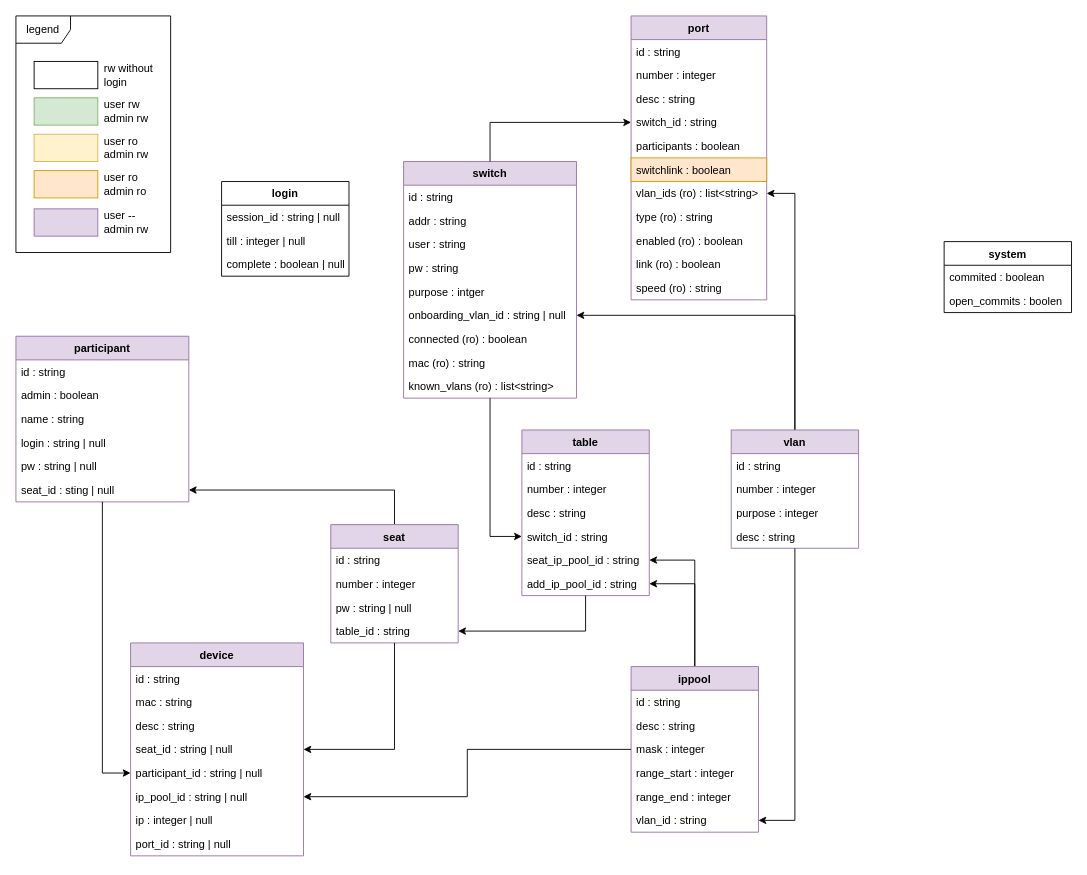
Earlier version of the draw.io diagram docs/api.drawio (nils-ost/LanPartyOnboardingSystem). Source tidied: cells renumbered, new cells numbered last; positions are measured from the earlier drawing's top-left corner, leaving out a move shared by most shapes. Both pictures are drawn from the tidied source at 91%, with x=0, y=0 at pixel (15, 15).
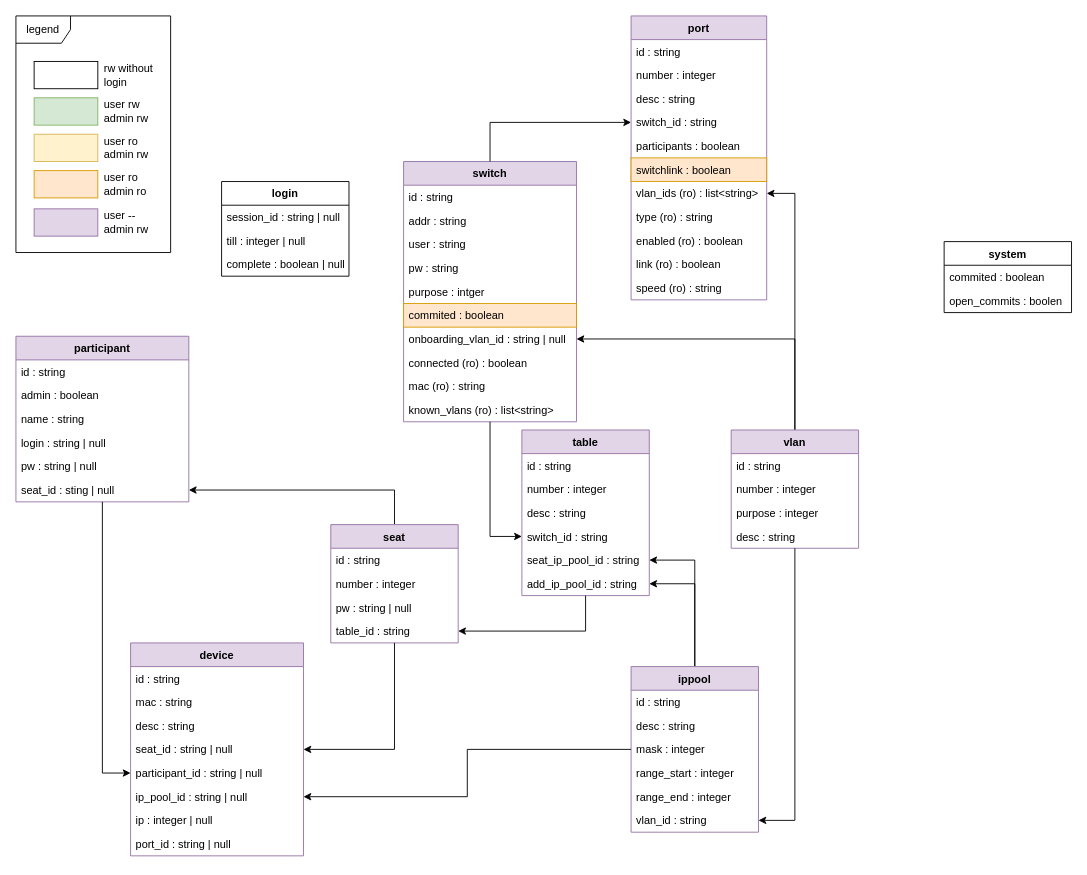
After the change.

Commit message (it also covers changes not shown here):
backend system enpoint now delivers true data for commited and open_commits

The edit, as a diff of the source:
```diff
@@
     <mxCell id="30" value="switch" style="swimlane;fontStyle=1;horizontal=1;startSize=26;fillColor=#e1d5e7;strokeColor=#9673a6;" parent="1" vertex="1">
-      <mxGeometry x="426" y="160" width="190" height="260" as="geometry" />
+      <mxGeometry x="426" y="160" width="190" height="286" as="geometry" />
     </mxCell>
@@
+    <mxCell id="90" value="commited : boolean" style="text;strokeColor=#d79b00;fillColor=#ffe6cc;align=left;verticalAlign=top;spacingLeft=4;spacingRight=4;overflow=hidden;" parent="30" vertex="1">
+      <mxGeometry y="156" width="190" height="26" as="geometry" />
+    </mxCell>
     <mxCell id="36" value="onboarding_vlan_id : string | null" style="text;strokeColor=none;fillColor=none;align=left;verticalAlign=top;spacingLeft=4;spacingRight=4;overflow=hidden;points=[[0,0.5],[1,0.5]];portConstraint=eastwest;" parent="30" vertex="1">
-      <mxGeometry y="156" width="190" height="26" as="geometry" />
+      <mxGeometry y="182" width="190" height="26" as="geometry" />
     </mxCell>
     <mxCell id="37" value="connected (ro) : boolean" style="text;strokeColor=none;fillColor=none;align=left;verticalAlign=top;spacingLeft=4;spacingRight=4;overflow=hidden;" parent="30" vertex="1">
-      <mxGeometry y="182" width="190" height="26" as="geometry" />
+      <mxGeometry y="208" width="190" height="26" as="geometry" />
     </mxCell>
     <mxCell id="38" value="mac (ro) : string" style="text;strokeColor=none;fillColor=none;align=left;verticalAlign=top;spacingLeft=4;spacingRight=4;overflow=hidden;" parent="30" vertex="1">
-      <mxGeometry y="208" width="190" height="26" as="geometry" />
+      <mxGeometry y="234" width="190" height="26" as="geometry" />
     </mxCell>
     <mxCell id="39" value="known_vlans (ro) : list&lt;string&gt;" style="text;strokeColor=none;fillColor=none;align=left;verticalAlign=top;spacingLeft=4;spacingRight=4;overflow=hidden;" parent="30" vertex="1">
-      <mxGeometry y="234" width="190" height="26" as="geometry" />
+      <mxGeometry y="260" width="190" height="26" as="geometry" />
     </mxCell>
```
